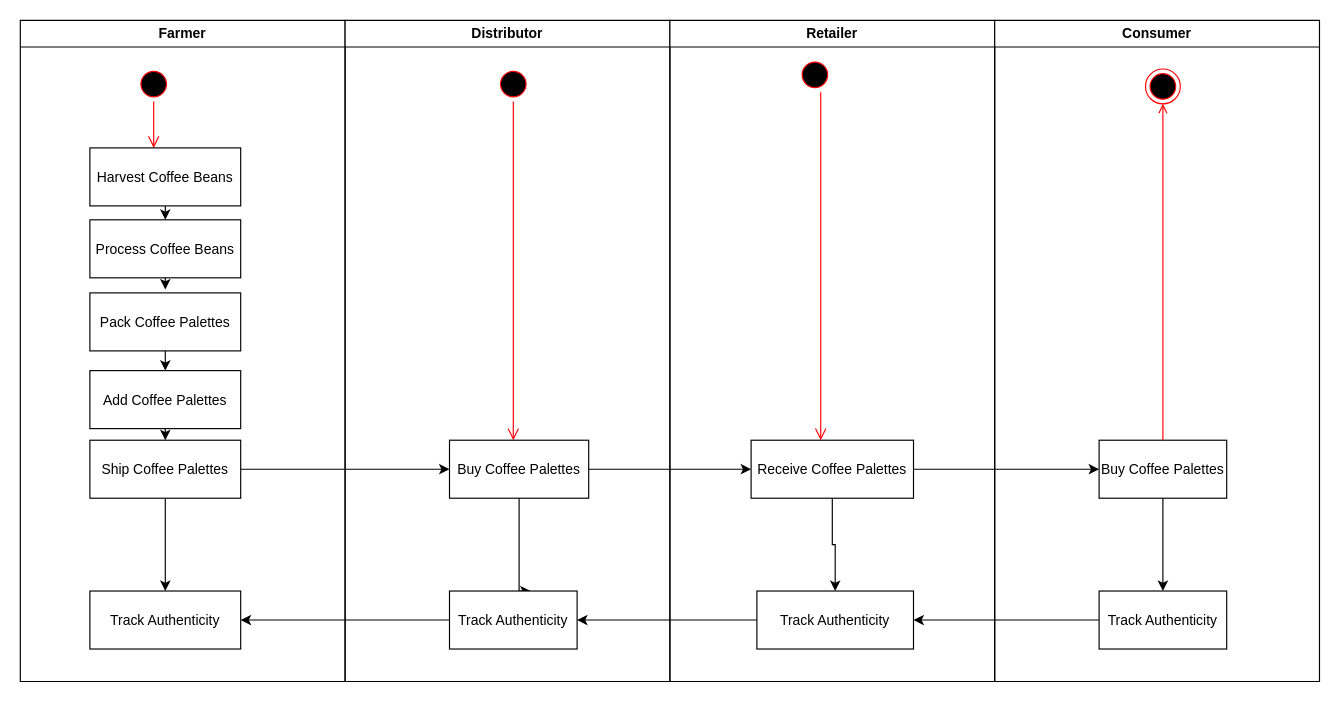
Before: uml/activity-diagram.drawio in nathanrhoda/supply-chain-dapp, a draw.io diagram. Source tidied: cells renumbered, new cells numbered last; positions are measured from the earlier drawing's top-left corner, leaving out a move shared by most shapes. Both pictures are drawn from the tidied source at 116%, with x=0, y=0 at pixel (20, 20).
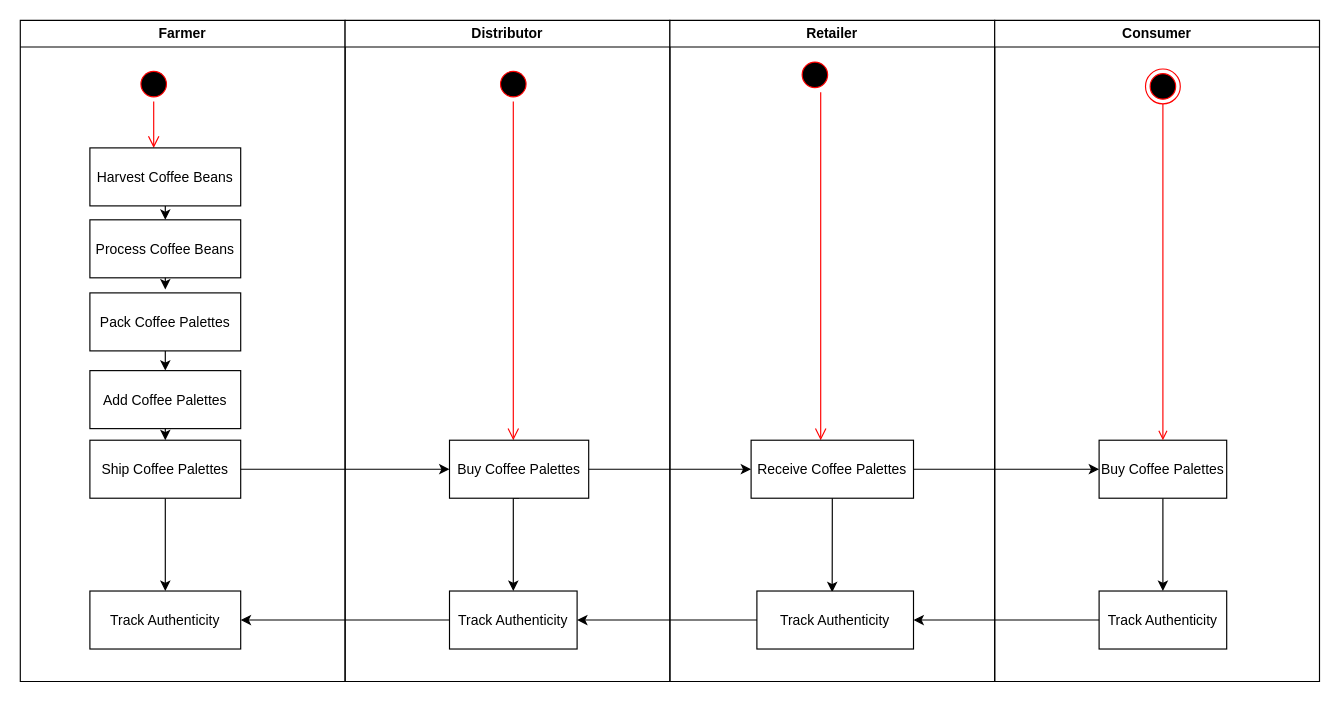
After the change.

Commit message:
Activity diagram update

The change refers to these unchanged cells:
```xml
<mxCell id="15" value="Distributor" style="swimlane;whiteSpace=wrap;" parent="1" vertex="1">
  <mxGeometry x="280" width="280" height="570" as="geometry" />
</mxCell>
<mxCell id="19" value="Buy Coffee Palettes" parent="15" vertex="1">
  <mxGeometry x="90" y="362" width="120" height="50" as="geometry" />
</mxCell>
<mxCell id="20" value="Track Authenticity" parent="15" vertex="1">
  <mxGeometry x="90" y="492" width="110" height="50" as="geometry" />
</mxCell>
<mxCell id="21" value="Retailer" style="swimlane;whiteSpace=wrap;" parent="1" vertex="1">
  <mxGeometry x="560" width="280" height="570" as="geometry" />
</mxCell>
<mxCell id="24" value="Receive Coffee Palettes" parent="21" vertex="1">
  <mxGeometry x="70" y="362" width="140" height="50" as="geometry" />
</mxCell>
<mxCell id="25" value="Track Authenticity" parent="21" vertex="1">
  <mxGeometry x="75" y="492" width="135" height="50" as="geometry" />
</mxCell>
<mxCell id="27" value="Consumer" style="swimlane;whiteSpace=wrap;" parent="1" vertex="1">
  <mxGeometry x="840" width="280" height="570" as="geometry" />
</mxCell>
<mxCell id="29" value="Buy Coffee Palettes" parent="27" vertex="1">
  <mxGeometry x="90" y="362" width="110" height="50" as="geometry" />
</mxCell>
<mxCell id="30" style="ellipse;shape=endState;fillColor=#000000;strokeColor=#ff0000;" parent="27" vertex="1">
  <mxGeometry x="130" y="42" width="30" height="30" as="geometry" />
</mxCell>
```

The edit, as a diff of the source:
```diff
@@
-    <mxCell id="18" style="edgeStyle=orthogonalEdgeStyle;rounded=0;jettySize=auto;html=1;exitX=0.5;exitY=1;exitDx=0;exitDy=0;entryX=0.636;entryY=0;entryDx=0;entryDy=0;entryPerimeter=0;" parent="15" edge="1" source="19" target="20">
+    <mxCell id="18" style="edgeStyle=orthogonalEdgeStyle;rounded=0;jettySize=auto;html=1;exitX=0.5;exitY=1;exitDx=0;exitDy=0;entryX=0.5;entryY=0;entryDx=0;entryDy=0;" parent="15" edge="1" source="19" target="20">
       <mxGeometry relative="1" as="geometry">
         <Array as="points">
-          <mxPoint x="150" y="492" />
+          <mxPoint x="145" y="412" />
         </Array>
       </mxGeometry>
     </mxCell>
@@
-    <mxCell id="23" style="edgeStyle=orthogonalEdgeStyle;rounded=0;jettySize=auto;html=1;exitX=0.5;exitY=1;exitDx=0;exitDy=0;entryX=0.5;entryY=0;entryDx=0;entryDy=0;" parent="21" edge="1" source="24" target="25">
-      <mxGeometry relative="1" as="geometry" />
-    </mxCell>
+    <mxCell id="40" style="edgeStyle=orthogonalEdgeStyle;rounded=0;orthogonalLoop=1;jettySize=auto;html=1;exitX=0.5;exitY=1;exitDx=0;exitDy=0;entryX=0.481;entryY=0.2;entryDx=0;entryDy=0;entryPerimeter=0;" parent="21" edge="1">
+      <mxGeometry relative="1" as="geometry">
+        <mxPoint x="140" y="403" as="sourcePoint" />
+        <mxPoint x="139.9" y="493" as="targetPoint" />
+        <Array as="points">
+          <mxPoint x="140" y="422" />
+          <mxPoint x="140" y="422" />
+        </Array>
+      </mxGeometry>
+    </mxCell>
@@
-    <mxCell id="31" style="endArrow=open;strokeColor=#FF0000;endFill=1;rounded=0;" parent="27" edge="1" source="29" target="30">
+    <mxCell id="31" style="endArrow=open;strokeColor=#FF0000;endFill=1;rounded=0;exitX=0.5;exitY=1;exitDx=0;exitDy=0;entryX=0.5;entryY=0;entryDx=0;entryDy=0;" parent="27" edge="1" source="30" target="29">
       <mxGeometry relative="1" as="geometry" />
     </mxCell>
```
